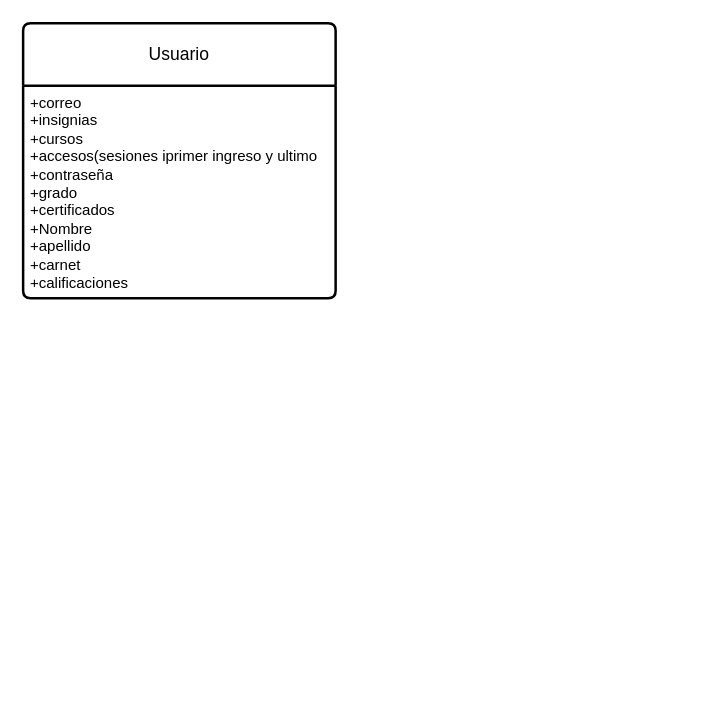
Before: Diagrama sin título.drawio in Speres2019349/ProyectoSchoolHub_Back, a draw.io diagram. Source tidied: cells renumbered, new cells numbered last; positions are measured from the earlier drawing's top-left corner, leaving out a move shared by most shapes. Both pictures are drawn from the tidied source at 125%, with x=0, y=0 at pixel (22, 22).
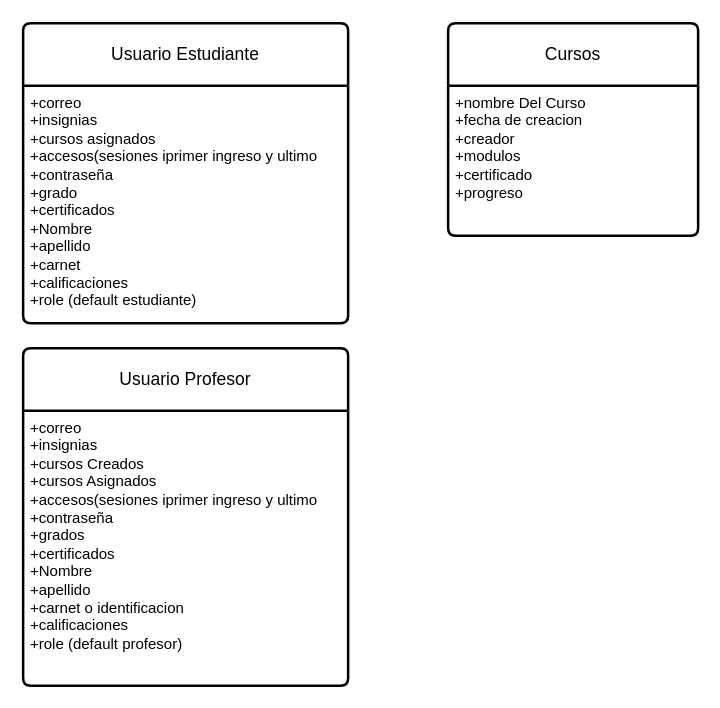
The same page after the edit.

What changed in the source:
```diff
@@
 <mxGraphModel>
   <root>
     <mxCell id="0" />
     <mxCell id="1" parent="0" />
-    <mxCell id="2" value="Usuario" style="swimlane;horizontal=1;startSize=50;rounded=1;fontSize=14;fontStyle=0;strokeWidth=2;shadow=0;dashed=0;align=center;arcSize=4;whiteSpace=wrap;html=1;" parent="1" vertex="1">
-      <mxGeometry width="250" height="220" as="geometry" />
+    <mxCell id="2" value="Usuario Estudiante" style="swimlane;horizontal=1;startSize=50;rounded=1;fontSize=14;fontStyle=0;strokeWidth=2;shadow=0;dashed=0;align=center;arcSize=4;whiteSpace=wrap;html=1;" parent="1" vertex="1">
+      <mxGeometry width="260" height="240" as="geometry" />
     </mxCell>
-    <mxCell id="3" value="+correo&lt;br&gt;+insignias&lt;br&gt;+cursos&lt;div&gt;+accesos(sesiones iprimer ingreso y ultimo&lt;/div&gt;&lt;div&gt;+contraseña&lt;/div&gt;&lt;div&gt;+grado&lt;/div&gt;&lt;div&gt;+certificados&lt;/div&gt;&lt;div&gt;+Nombre&amp;nbsp;&lt;/div&gt;&lt;div&gt;+apellido&lt;/div&gt;&lt;div&gt;+carnet&lt;/div&gt;&lt;div&gt;+calificaciones&lt;/div&gt;" style="align=left;strokeColor=none;fillColor=none;spacingLeft=4;fontSize=12;verticalAlign=top;html=1;" parent="2" vertex="1">
-      <mxGeometry y="50" width="250" height="170" as="geometry" />
+    <mxCell id="3" value="+correo&lt;br&gt;+insignias&lt;br&gt;+cursos asignados&lt;div&gt;+accesos(sesiones iprimer ingreso y ultimo&lt;/div&gt;&lt;div&gt;+contraseña&lt;/div&gt;&lt;div&gt;+grado&lt;/div&gt;&lt;div&gt;+certificados&lt;/div&gt;&lt;div&gt;+Nombre&amp;nbsp;&lt;/div&gt;&lt;div&gt;+apellido&lt;/div&gt;&lt;div&gt;+carnet&lt;/div&gt;&lt;div&gt;+calificaciones&lt;/div&gt;&lt;div&gt;+role (default estudiante)&lt;/div&gt;" style="align=left;strokeColor=none;fillColor=none;spacingLeft=4;fontSize=12;verticalAlign=top;html=1;" parent="2" vertex="1">
+      <mxGeometry y="50" width="260" height="190" as="geometry" />
     </mxCell>
+    <mxCell id="4" value="Usuario Profesor" style="swimlane;horizontal=1;startSize=50;rounded=1;fontSize=14;fontStyle=0;strokeWidth=2;shadow=0;dashed=0;align=center;arcSize=4;whiteSpace=wrap;html=1;" parent="1" vertex="1">
+      <mxGeometry y="260" width="260" height="270" as="geometry" />
+    </mxCell>
+    <mxCell id="5" value="+correo&lt;br&gt;+insignias&lt;br&gt;+cursos Creados&lt;div&gt;+cursos Asignados&lt;br&gt;&lt;div&gt;+accesos(sesiones iprimer ingreso y ultimo&lt;/div&gt;&lt;div&gt;+contraseña&lt;/div&gt;&lt;div&gt;+grados&lt;/div&gt;&lt;div&gt;+certificados&lt;/div&gt;&lt;div&gt;+Nombre&amp;nbsp;&lt;/div&gt;&lt;div&gt;+apellido&lt;/div&gt;&lt;div&gt;+carnet o identificacion&lt;/div&gt;&lt;div&gt;+calificaciones&lt;/div&gt;&lt;div&gt;+role (default profesor)&lt;/div&gt;&lt;/div&gt;" style="align=left;strokeColor=none;fillColor=none;spacingLeft=4;fontSize=12;verticalAlign=top;html=1;" parent="4" vertex="1">
+      <mxGeometry y="50" width="260" height="220" as="geometry" />
+    </mxCell>
+    <mxCell id="6" value="Cursos" style="swimlane;horizontal=1;startSize=50;rounded=1;fontSize=14;fontStyle=0;strokeWidth=2;shadow=0;dashed=0;align=center;arcSize=4;whiteSpace=wrap;html=1;" parent="1" vertex="1">
+      <mxGeometry x="340" width="200" height="170" as="geometry" />
+    </mxCell>
+    <mxCell id="7" value="+nombre Del Curso&lt;div&gt;+fecha de creacion&lt;br&gt;+creador&lt;/div&gt;&lt;div&gt;+modulos&lt;/div&gt;&lt;div&gt;+certificado&lt;/div&gt;&lt;div&gt;+progreso&lt;/div&gt;" style="align=left;strokeColor=none;fillColor=none;spacingLeft=4;fontSize=12;verticalAlign=top;html=1;" parent="6" vertex="1">
+      <mxGeometry y="50" width="200" height="120" as="geometry" />
+    </mxCell>
   </root>
 </mxGraphModel>
```
